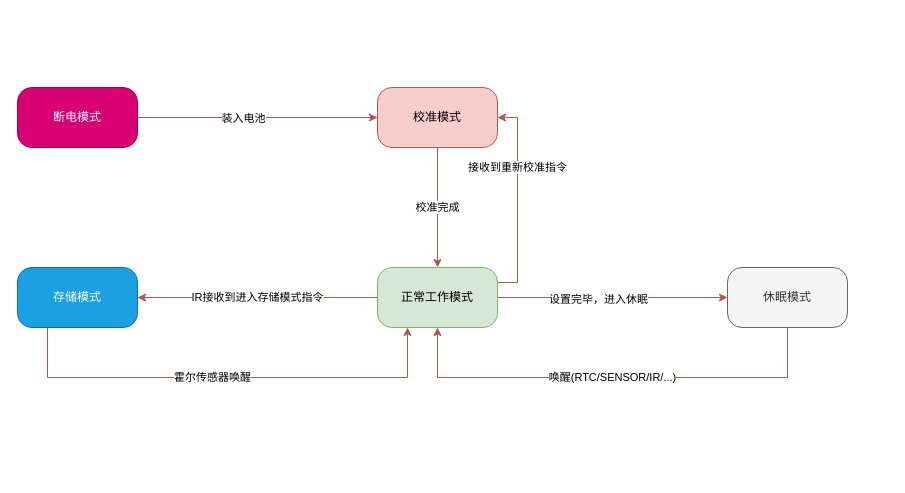
The draw.io diagram page "工作模式" (1 of 3) of Chip Functional Mode.drawio in fenixchen/work, before the edit. Source tidied: cells renumbered, new cells numbered last; positions are measured from the earlier drawing's top-left corner, leaving out a move shared by most shapes. Both pictures are drawn from the tidied source at 100%, with x=0, y=0 at pixel (17, 87).
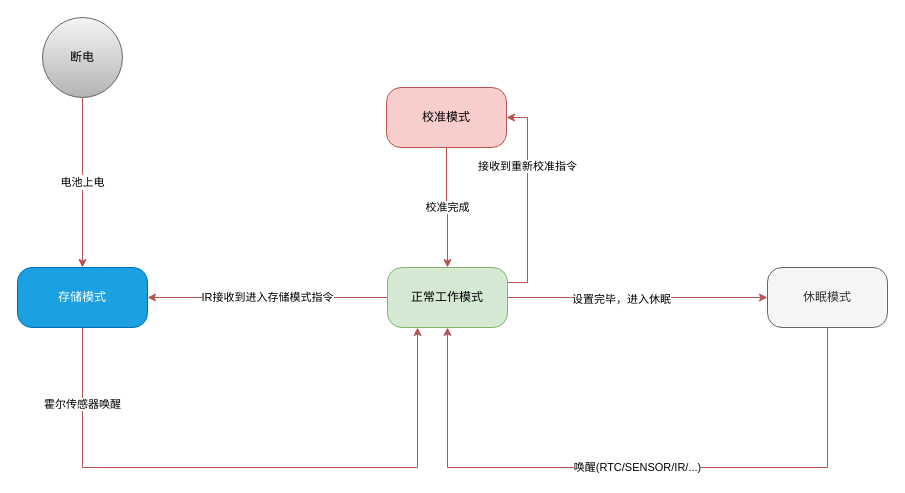
The same page after the edit.

Diff of the diagram source:
```diff
@@
 <mxGraphModel>
   <root>
     <mxCell id="0" />
     <mxCell id="1" parent="0" />
-    <mxCell id="2" style="edgeStyle=orthogonalEdgeStyle;rounded=0;jettySize=auto;html=1;exitX=1;exitY=0.5;exitDx=0;exitDy=0;entryX=0;entryY=0.5;entryDx=0;entryDy=0;fillColor=#f8cecc;strokeColor=#b85450;" parent="1" edge="1" source="4" target="6">
-      <mxGeometry relative="1" as="geometry" />
-    </mxCell>
-    <mxCell id="3" value="装入电池" style="edgeLabel;html=1;align=center;verticalAlign=middle;" parent="2" vertex="1">
-      <mxGeometry x="-0.38" relative="1" as="geometry">
-        <mxPoint x="31" as="offset" />
-      </mxGeometry>
-    </mxCell>
-    <mxCell id="4" value="断电模式" style="rounded=1;whiteSpace=wrap;html=1;arcSize=24;fillColor=#d80073;strokeColor=#A50040;shadow=0;comic=0;labelBackgroundColor=none;fontFamily=Verdana;fontSize=12;fontColor=#ffffff;align=center;" parent="1" vertex="1">
-      <mxGeometry width="120" height="60" as="geometry" />
-    </mxCell>
     <mxCell id="5" value="校准完成" style="edgeStyle=orthogonalEdgeStyle;rounded=0;jettySize=auto;html=1;exitX=0.5;exitY=1;exitDx=0;exitDy=0;entryX=0.5;entryY=0;entryDx=0;entryDy=0;strokeColor=#b85450;fillColor=#f8cecc;" parent="1" edge="1" source="6" target="13">
       <mxGeometry relative="1" as="geometry" />
     </mxCell>
     <mxCell id="6" value="校准模式" style="rounded=1;whiteSpace=wrap;html=1;arcSize=24;fillColor=#f8cecc;strokeColor=#b85450;shadow=0;comic=0;labelBackgroundColor=none;fontFamily=Verdana;fontSize=12;align=center;" parent="1" vertex="1">
-      <mxGeometry x="360" width="120" height="60" as="geometry" />
+      <mxGeometry x="369" width="120" height="60" as="geometry" />
     </mxCell>
     <mxCell id="7" value="霍尔传感器唤醒" style="edgeStyle=orthogonalEdgeStyle;rounded=0;jettySize=auto;html=1;exitX=0.5;exitY=1;exitDx=0;exitDy=0;entryX=0.25;entryY=1;entryDx=0;entryDy=0;strokeColor=#b85450;fillColor=#f8cecc;" parent="1" edge="1" source="8" target="13">
-      <mxGeometry relative="1" as="geometry">
+      <mxGeometry x="-0.75" relative="1" as="geometry">
         <Array as="points">
-          <mxPoint x="30" y="290" />
-          <mxPoint x="390" y="290" />
+          <mxPoint x="65" y="380" />
+          <mxPoint x="400" y="380" />
         </Array>
       </mxGeometry>
     </mxCell>
     <mxCell id="8" value="存储模式" style="rounded=1;whiteSpace=wrap;html=1;arcSize=24;fillColor=#1ba1e2;strokeColor=#006EAF;shadow=0;comic=0;labelBackgroundColor=none;fontFamily=Verdana;fontSize=12;fontColor=#ffffff;align=center;" parent="1" vertex="1">
-      <mxGeometry y="180" width="120" height="60" as="geometry" />
+      <mxGeometry y="180" width="130" height="60" as="geometry" />
     </mxCell>
     <mxCell id="9" style="edgeStyle=orthogonalEdgeStyle;rounded=0;jettySize=auto;html=1;exitX=1;exitY=0.5;exitDx=0;exitDy=0;entryX=0;entryY=0.5;entryDx=0;entryDy=0;strokeColor=#b85450;fillColor=#f8cecc;" parent="1" edge="1" source="13" target="15">
       <mxGeometry relative="1" as="geometry" />
     </mxCell>
     <mxCell id="10" value="设置完毕，进入休眠" style="edgeLabel;html=1;align=center;verticalAlign=middle;" parent="9" vertex="1">
       <mxGeometry x="-0.13" y="-1" relative="1" as="geometry" />
     </mxCell>
     <mxCell id="11" value="IR接收到进入存储模式指令" style="edgeStyle=orthogonalEdgeStyle;rounded=0;jettySize=auto;html=1;exitX=0;exitY=0.5;exitDx=0;exitDy=0;entryX=1;entryY=0.5;entryDx=0;entryDy=0;strokeColor=#b85450;fillColor=#f8cecc;" parent="1" edge="1" source="13" target="8">
       <mxGeometry relative="1" as="geometry" />
     </mxCell>
     <mxCell id="12" value="接收到重新校准指令" style="edgeStyle=orthogonalEdgeStyle;rounded=0;jettySize=auto;html=1;exitX=1;exitY=0.25;exitDx=0;exitDy=0;entryX=1;entryY=0.5;entryDx=0;entryDy=0;strokeColor=#b85450;fillColor=#f8cecc;" parent="1" edge="1" source="13" target="6">
       <mxGeometry x="0.32" relative="1" as="geometry" />
     </mxCell>
     <mxCell id="13" value="正常工作模式" style="rounded=1;whiteSpace=wrap;html=1;arcSize=24;fillColor=#d5e8d4;strokeColor=#82b366;shadow=0;comic=0;labelBackgroundColor=none;fontFamily=Verdana;fontSize=12;align=center;" parent="1" vertex="1">
-      <mxGeometry x="360" y="180" width="120" height="60" as="geometry" />
+      <mxGeometry x="370" y="180" width="120" height="60" as="geometry" />
     </mxCell>
     <mxCell id="14" value="唤醒(RTC/SENSOR/IR/...)" style="edgeStyle=orthogonalEdgeStyle;rounded=0;jettySize=auto;html=1;exitX=0.5;exitY=1;exitDx=0;exitDy=0;entryX=0.5;entryY=1;entryDx=0;entryDy=0;strokeColor=#b85450;fillColor=#f8cecc;" parent="1" edge="1" source="15" target="13">
       <mxGeometry relative="1" as="geometry">
         <Array as="points">
-          <mxPoint x="770" y="290" />
-          <mxPoint x="420" y="290" />
+          <mxPoint x="810" y="380" />
+          <mxPoint x="430" y="380" />
         </Array>
       </mxGeometry>
     </mxCell>
     <mxCell id="15" value="休眠模式" style="rounded=1;whiteSpace=wrap;html=1;arcSize=24;fillColor=#f5f5f5;strokeColor=#666666;shadow=0;comic=0;labelBackgroundColor=none;fontFamily=Verdana;fontSize=12;fontColor=#333333;align=center;" parent="1" vertex="1">
-      <mxGeometry x="710" y="180" width="120" height="60" as="geometry" />
+      <mxGeometry x="750" y="180" width="120" height="60" as="geometry" />
     </mxCell>
+    <mxCell id="16" value="&lt;span style=&quot;font-size: 11px&quot;&gt;电池上电&lt;/span&gt;" style="edgeStyle=orthogonalEdgeStyle;rounded=0;jettySize=auto;html=1;exitX=0.5;exitY=1;exitDx=0;exitDy=0;fontSize=12;strokeColor=#b85450;fillColor=#f8cecc;" parent="1" edge="1" source="17" target="8">
+      <mxGeometry relative="1" as="geometry" />
+    </mxCell>
+    <mxCell id="17" value="断电" style="ellipse;whiteSpace=wrap;html=1;rounded=1;fontSize=12;fillColor=#f5f5f5;strokeColor=#666666;gradientColor=#b3b3b3;" parent="1" vertex="1">
+      <mxGeometry x="25" y="-70" width="80" height="80" as="geometry" />
+    </mxCell>
   </root>
 </mxGraphModel>
```
